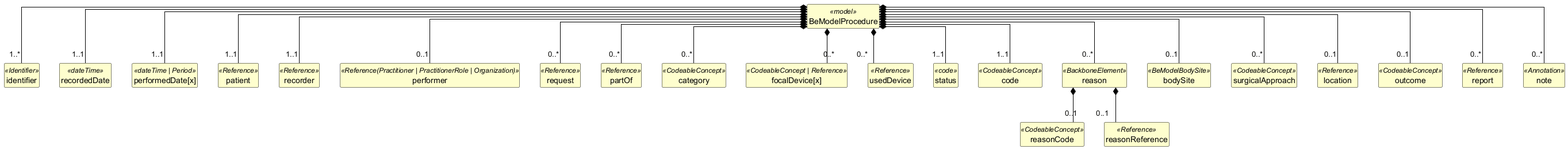
This is exports/diagrams/BeModelProcedure-uml.png from caresets/caresets-src, a PlantUML export, as it was before one commit.
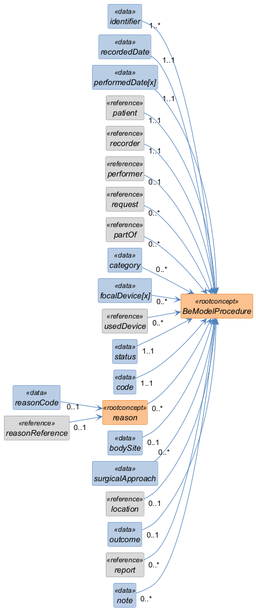
The same file after the commit.

Change to the diagram source:
```diff
@@ -1,106 +1,113 @@
 @startuml
+left to right direction
 skinparam shadowing false
+skinparam nodesep 10
+skinparam ranksep 40
 skinparam classAttributeIconSize 0
-skinparam linetype ortho
 skinparam class {
-  BackgroundColor #FEFECE
-  BorderColor #000000
-  ArrowColor #000000
-  FontStyle bold
-  AttributeFontStyle normal
+  FontStyle italic
+  BackgroundColor<<rootconcept>> #FAC08F
+  BorderColor<<rootconcept>> #E36C0A
+  BackgroundColor<<data>> #B8CCE4
+  BorderColor<<data>> #4F81BD
+  BackgroundColor<<reference>> #D9D9D9
+  BorderColor<<reference>> #808080
+  BackgroundColor<<value set>> #C3D69B
+  BorderColor<<value set>> #77933C
+  ArrowColor #4F81BD
 }
 hide circle
 hide empty members
 
-class "BeModelProcedure" as BeModelProcedure <<model>> {
+class "BeModelProcedure" as BeModelProcedure <<rootconcept>> {
 }
 
-class "identifier" as BeModelProcedure_identifier <<Identifier>> {
+class "identifier" as BeModelProcedure_identifier <<data>> {
 }
 
-class "recordedDate" as BeModelProcedure_recordedDate <<dateTime>> {
+class "recordedDate" as BeModelProcedure_recordedDate <<data>> {
 }
 
-class "performedDate[x]" as BeModelProcedure_performedDate_x_ <<dateTime | Period>> {
+class "performedDate[x]" as BeModelProcedure_performedDate_x_ <<data>> {
 }
 
-class "patient" as BeModelProcedure_patient <<Reference>> {
+class "patient" as BeModelProcedure_patient <<reference>> {
 }
 
-class "recorder" as BeModelProcedure_recorder <<Reference>> {
+class "recorder" as BeModelProcedure_recorder <<reference>> {
 }
 
-class "performer" as BeModelProcedure_performer <<Reference(Practitioner | PractitionerRole | Organization)>> {
+class "performer" as BeModelProcedure_performer <<reference>> {
 }
 
-class "request" as BeModelProcedure_request <<Reference>> {
+class "request" as BeModelProcedure_request <<reference>> {
 }
 
-class "partOf" as BeModelProcedure_partOf <<Reference>> {
+class "partOf" as BeModelProcedure_partOf <<reference>> {
 }
 
-class "category" as BeModelProcedure_category <<CodeableConcept>> {
+class "category" as BeModelProcedure_category <<data>> {
 }
 
-class "focalDevice[x]" as BeModelProcedure_focalDevice_x_ <<CodeableConcept | Reference>> {
+class "focalDevice[x]" as BeModelProcedure_focalDevice_x_ <<data>> {
 }
 
-class "usedDevice" as BeModelProcedure_usedDevice <<Reference>> {
+class "usedDevice" as BeModelProcedure_usedDevice <<reference>> {
 }
 
-class "status" as BeModelProcedure_status <<code>> {
+class "status" as BeModelProcedure_status <<data>> {
 }
 
-class "code" as BeModelProcedure_code <<CodeableConcept>> {
+class "code" as BeModelProcedure_code <<data>> {
 }
 
-class "reason" as BeModelProcedure_reason <<BackboneElement>> {
+class "reason" as BeModelProcedure_reason <<rootconcept>> {
 }
 
-class "reasonCode" as BeModelProcedure_reason_reasonCode <<CodeableConcept>> {
+class "reasonCode" as BeModelProcedure_reason_reasonCode <<data>> {
 }
 
-class "reasonReference" as BeModelProcedure_reason_reasonReference <<Reference>> {
+class "reasonReference" as BeModelProcedure_reason_reasonReference <<reference>> {
 }
 
-class "bodySite" as BeModelProcedure_bodySite <<BeModelBodySite>> {
+class "bodySite" as BeModelProcedure_bodySite <<data>> {
 }
 
-class "surgicalApproach" as BeModelProcedure_surgicalApproach <<CodeableConcept>> {
+class "surgicalApproach" as BeModelProcedure_surgicalApproach <<data>> {
 }
 
-class "location" as BeModelProcedure_location <<Reference>> {
+class "location" as BeModelProcedure_location <<reference>> {
 }
 
-class "outcome" as BeModelProcedure_outcome <<CodeableConcept>> {
+class "outcome" as BeModelProcedure_outcome <<data>> {
 }
 
-class "report" as BeModelProcedure_report <<Reference>> {
+class "report" as BeModelProcedure_report <<reference>> {
 }
 
-class "note" as BeModelProcedure_note <<Annotation>> {
+class "note" as BeModelProcedure_note <<data>> {
 }
 
-BeModelProcedure *-- "1..*" BeModelProcedure_identifier
-BeModelProcedure *-- "1..1" BeModelProcedure_recordedDate
-BeModelProcedure *-- "1..1" BeModelProcedure_performedDate_x_
-BeModelProcedure *-- "1..1" BeModelProcedure_patient
-BeModelProcedure *-- "1..1" BeModelProcedure_recorder
-BeModelProcedure *-- "0..1" BeModelProcedure_performer
-BeModelProcedure *-- "0..*" BeModelProcedure_request
-BeModelProcedure *-- "0..*" BeModelProcedure_partOf
-BeModelProcedure *-- "0..*" BeModelProcedure_category
-BeModelProcedure *-- "0..*" BeModelProcedure_focalDevice_x_
-BeModelProcedure *-- "0..*" BeModelProcedure_usedDevice
-BeModelProcedure *-- "1..1" BeModelProcedure_status
-BeModelProcedure *-- "1..1" BeModelProcedure_code
-BeModelProcedure *-- "0..*" BeModelProcedure_reason
-BeModelProcedure_reason *-- "0..1" BeModelProcedure_reason_reasonCode
-BeModelProcedure_reason *-- "0..1" BeModelProcedure_reason_reasonReference
-BeModelProcedure *-- "0..1" BeModelProcedure_bodySite
-BeModelProcedure *-- "0..*" BeModelProcedure_surgicalApproach
-BeModelProcedure *-- "0..1" BeModelProcedure_location
-BeModelProcedure *-- "0..1" BeModelProcedure_outcome
-BeModelProcedure *-- "0..*" BeModelProcedure_report
-BeModelProcedure *-- "0..*" BeModelProcedure_note
+BeModelProcedure_identifier "1..*" --> BeModelProcedure
+BeModelProcedure_recordedDate "1..1" --> BeModelProcedure
+BeModelProcedure_performedDate_x_ "1..1" --> BeModelProcedure
+BeModelProcedure_patient "1..1" --> BeModelProcedure
+BeModelProcedure_recorder "1..1" --> BeModelProcedure
+BeModelProcedure_performer "0..1" --> BeModelProcedure
+BeModelProcedure_request "0..*" --> BeModelProcedure
+BeModelProcedure_partOf "0..*" --> BeModelProcedure
+BeModelProcedure_category "0..*" --> BeModelProcedure
+BeModelProcedure_focalDevice_x_ "0..*" --> BeModelProcedure
+BeModelProcedure_usedDevice "0..*" --> BeModelProcedure
+BeModelProcedure_status "1..1" --> BeModelProcedure
+BeModelProcedure_code "1..1" --> BeModelProcedure
+BeModelProcedure_reason "0..*" --> BeModelProcedure
+BeModelProcedure_reason_reasonCode "0..1" --> BeModelProcedure_reason
+BeModelProcedure_reason_reasonReference "0..1" --> BeModelProcedure_reason
+BeModelProcedure_bodySite "0..1" --> BeModelProcedure
+BeModelProcedure_surgicalApproach "0..*" --> BeModelProcedure
+BeModelProcedure_location "0..1" --> BeModelProcedure
+BeModelProcedure_outcome "0..1" --> BeModelProcedure
+BeModelProcedure_report "0..*" --> BeModelProcedure
+BeModelProcedure_note "0..*" --> BeModelProcedure
 @enduml
```
